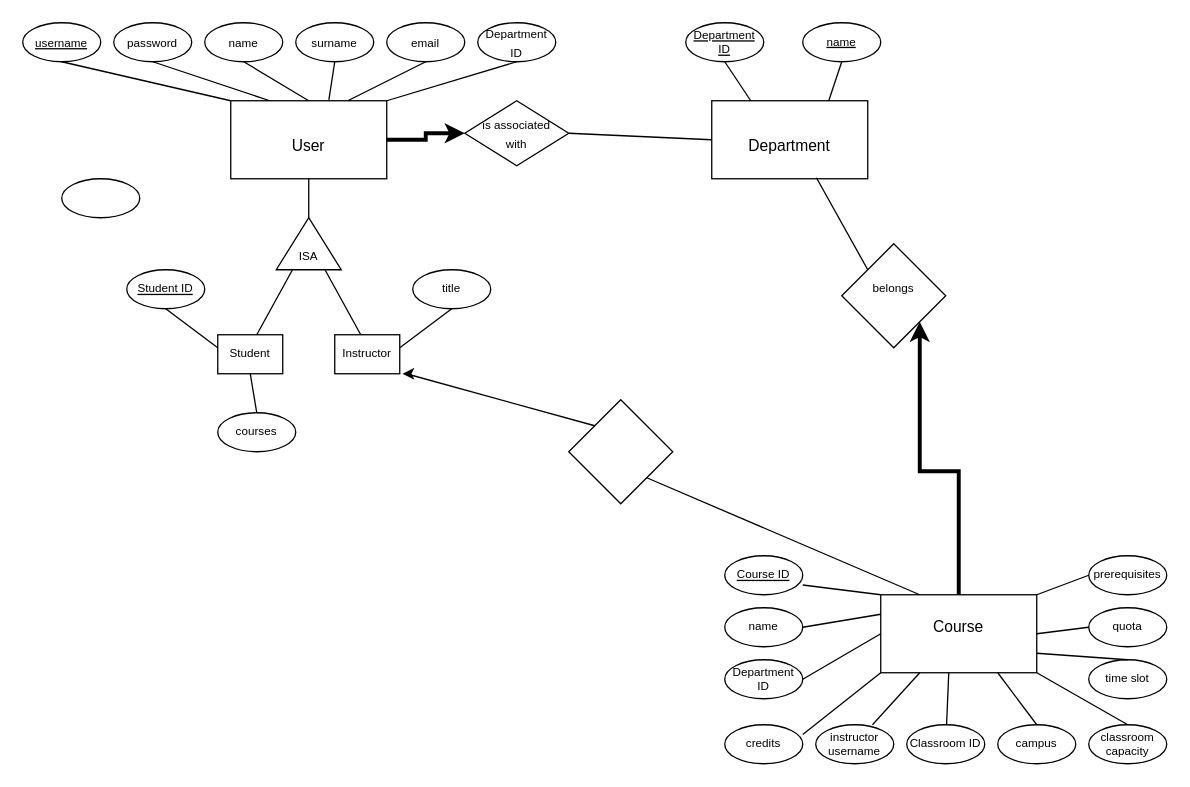
Earlier version of the draw.io diagram Untitled Diagram.drawio (mehmetemreakbulut/ERdiagramdraw). Source tidied: cells renumbered, new cells numbered last; positions are measured from the earlier drawing's top-left corner, leaving out a move shared by most shapes. Both pictures are drawn from the tidied source at 130%, with x=0, y=0 at pixel (22, 22).
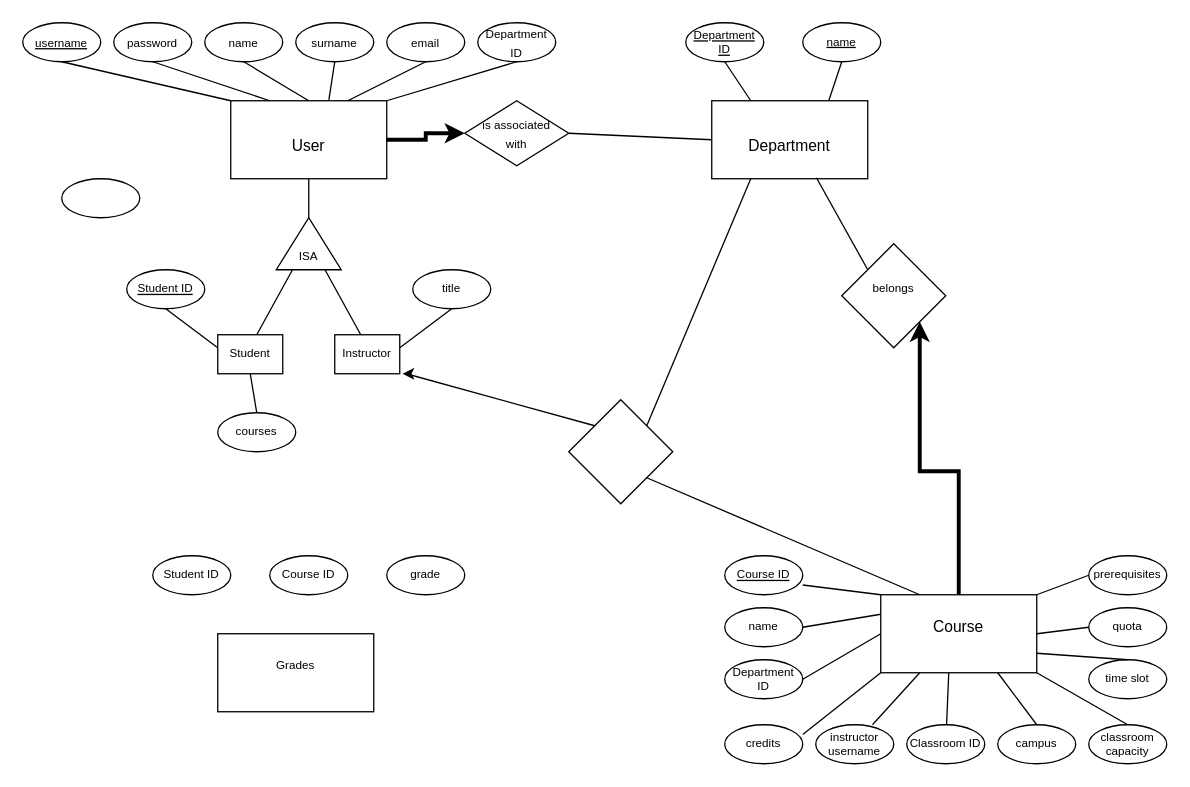
After the change.

The change refers to these unchanged cells:
```xml
<mxCell id="39" style="rounded=0;whiteSpace=wrap;html=1;" parent="1" vertex="1">
  <mxGeometry x="530" y="60" width="120" height="60" as="geometry" />
</mxCell>
<mxCell id="92" style="rhombus;whiteSpace=wrap;html=1;fontFamily=Helvetica;fontSize=9;strokeColor=default;" parent="1" vertex="1">
  <mxGeometry x="420" y="290" width="80" height="80" as="geometry" />
</mxCell>
```

The edit, as a diff of the source:
```diff
@@
+    <mxCell id="97" style="rounded=0;whiteSpace=wrap;html=1;" parent="1" vertex="1">
+      <mxGeometry x="150" y="470" width="120" height="60" as="geometry" />
+    </mxCell>
+    <mxCell id="98" value="Grades" style="text;html=1;strokeColor=none;fillColor=none;align=center;verticalAlign=middle;whiteSpace=wrap;rounded=0;fontFamily=Helvetica;fontSize=9;" parent="1" vertex="1">
+      <mxGeometry x="180" y="480" width="60" height="30" as="geometry" />
+    </mxCell>
+    <mxCell id="99" style="ellipse;whiteSpace=wrap;html=1;" parent="1" vertex="1">
+      <mxGeometry x="100" y="410" width="60" height="30" as="geometry" />
+    </mxCell>
+    <mxCell id="100" style="ellipse;whiteSpace=wrap;html=1;" parent="1" vertex="1">
+      <mxGeometry x="190" y="410" width="60" height="30" as="geometry" />
+    </mxCell>
+    <mxCell id="101" style="ellipse;whiteSpace=wrap;html=1;" parent="1" vertex="1">
+      <mxGeometry x="280" y="410" width="60" height="30" as="geometry" />
+    </mxCell>
+    <mxCell id="102" value="Student ID" style="text;html=1;strokeColor=none;fillColor=none;align=center;verticalAlign=middle;whiteSpace=wrap;rounded=0;fontFamily=Helvetica;fontSize=9;" parent="1" vertex="1">
+      <mxGeometry x="100" y="410" width="60" height="30" as="geometry" />
+    </mxCell>
+    <mxCell id="103" value="Course ID" style="text;html=1;strokeColor=none;fillColor=none;align=center;verticalAlign=middle;whiteSpace=wrap;rounded=0;fontFamily=Helvetica;fontSize=9;" parent="1" vertex="1">
+      <mxGeometry x="190" y="410" width="60" height="30" as="geometry" />
+    </mxCell>
+    <mxCell id="104" value="grade" style="text;html=1;strokeColor=none;fillColor=none;align=center;verticalAlign=middle;whiteSpace=wrap;rounded=0;fontFamily=Helvetica;fontSize=9;" parent="1" vertex="1">
+      <mxGeometry x="280" y="410" width="60" height="30" as="geometry" />
+    </mxCell>
+    <mxCell id="105" style="endArrow=none;html=1;rounded=0;fontFamily=Helvetica;fontSize=9;strokeWidth=1;entryX=0.25;entryY=1;entryDx=0;entryDy=0;exitX=1;exitY=0;exitDx=0;exitDy=0;" parent="1" edge="1" source="92" target="39">
+      <mxGeometry relative="1" as="geometry" />
+    </mxCell>
```
